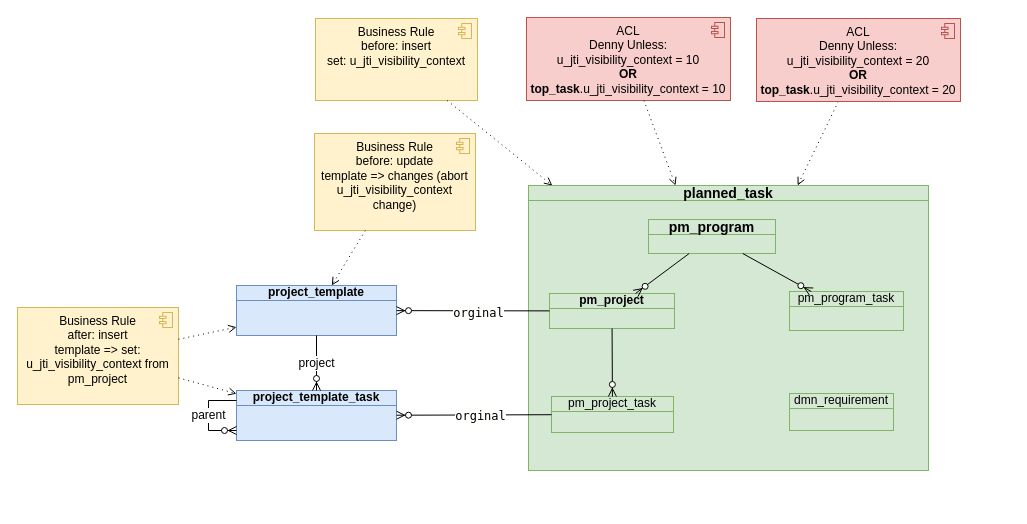
Before: page "templateVisibV2" (4 of 13) of JTI.drawio in algimas/tmp, a draw.io diagram. Source tidied: cells renumbered, new cells numbered last; positions are measured from the earlier drawing's top-left corner, leaving out a move shared by most shapes. Both pictures are drawn from the tidied source at 100%, with x=0, y=0 at pixel (17, 17).
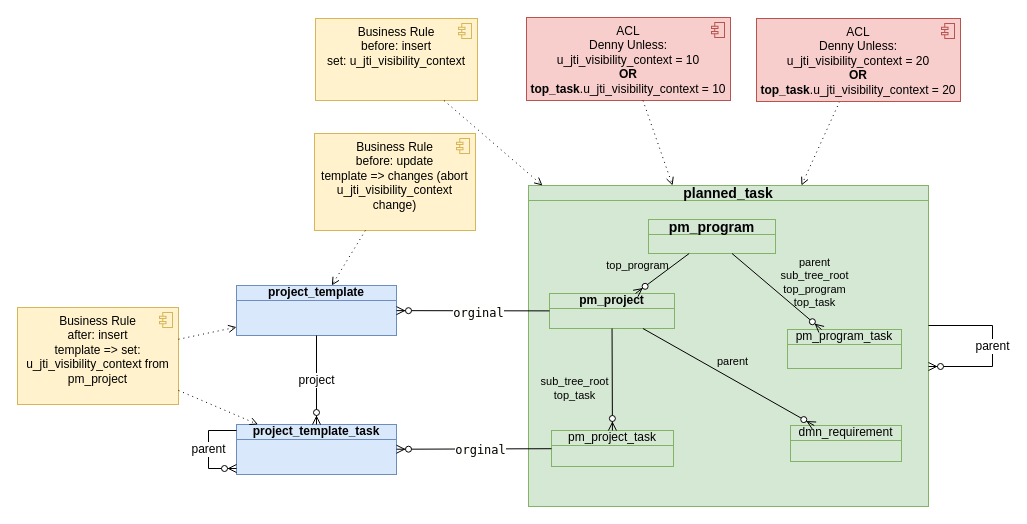
Above is the later version.

Unchanged cells that the change refers to:
```xml
<mxCell id="3" value="pm_project" style="html=1;outlineConnect=0;whiteSpace=wrap;fillColor=#d5e8d4;shape=mxgraph.archimate3.businessObject;overflow=fill;strokeColor=#82b366;fontStyle=1;" parent="1" vertex="1">
  <mxGeometry x="532" y="276" width="125" height="35" as="geometry" />
</mxCell>
<mxCell id="5" style="fontSize=12;html=1;endArrow=ERzeroToMany;endFill=1;rounded=0;" parent="1" edge="1" source="4" target="3">
  <mxGeometry relative="1" as="geometry" />
</mxCell>
<mxCell id="14" style="fontSize=12;html=1;endArrow=ERzeroToMany;endFill=1;rounded=0;" parent="1" edge="1" source="4" target="6">
  <mxGeometry relative="1" as="geometry" />
</mxCell>
<mxCell id="15" style="fontSize=12;html=1;endArrow=ERzeroToMany;endFill=1;rounded=0;" parent="1" edge="1" source="3" target="7">
  <mxGeometry relative="1" as="geometry" />
</mxCell>
```

The edit, as a diff of the source:
```diff
@@
     <mxCell id="2" value="planned_task" style="html=1;outlineConnect=0;whiteSpace=wrap;fillColor=#d5e8d4;shape=mxgraph.archimate3.businessObject;overflow=fill;strokeColor=#82b366;fontStyle=1;fontSize=14;" parent="1" vertex="1">
-      <mxGeometry x="511" y="168" width="400" height="285" as="geometry" />
+      <mxGeometry x="511" y="168" width="400" height="321" as="geometry" />
     </mxCell>
@@
+    <mxCell id="30" value="top_program" style="edgeLabel;html=1;align=center;verticalAlign=middle;labelBackgroundColor=none;" parent="5" vertex="1">
+      <mxGeometry x="-0.32" relative="1" as="geometry">
+        <mxPoint x="-34" y="-2" as="offset" />
+      </mxGeometry>
+    </mxCell>
     <mxCell id="6" value="pm_program_task" style="html=1;outlineConnect=0;whiteSpace=wrap;fillColor=#d5e8d4;shape=mxgraph.archimate3.businessObject;overflow=fill;strokeColor=#82b366;" parent="1" vertex="1">
-      <mxGeometry x="772" y="274" width="114" height="39" as="geometry" />
+      <mxGeometry x="770" y="312" width="114" height="39" as="geometry" />
     </mxCell>
     <mxCell id="7" value="pm_project_task" style="html=1;outlineConnect=0;whiteSpace=wrap;fillColor=#d5e8d4;shape=mxgraph.archimate3.businessObject;overflow=fill;strokeColor=#82b366;" parent="1" vertex="1">
-      <mxGeometry x="534" y="379" width="122" height="36" as="geometry" />
+      <mxGeometry x="534" y="413" width="122" height="36" as="geometry" />
     </mxCell>
     <mxCell id="8" value="dmn_requirement" style="html=1;outlineConnect=0;whiteSpace=wrap;fillColor=#d5e8d4;shape=mxgraph.archimate3.businessObject;overflow=fill;strokeColor=#82b366;" parent="1" vertex="1">
-      <mxGeometry x="772" y="376" width="104" height="37" as="geometry" />
+      <mxGeometry x="773" y="408" width="111" height="36" as="geometry" />
     </mxCell>
@@
     <mxCell id="12" value="project_template_task" style="html=1;outlineConnect=0;whiteSpace=wrap;fillColor=#dae8fc;shape=mxgraph.archimate3.businessObject;overflow=fill;strokeColor=#6c8ebf;fontStyle=1;" parent="1" vertex="1">
-      <mxGeometry x="219" y="373" width="160" height="50" as="geometry" />
+      <mxGeometry x="219" y="407" width="160" height="50" as="geometry" />
     </mxCell>
@@
+    <mxCell id="31" value="&lt;div&gt;parent&lt;/div&gt;&lt;div&gt;sub_tree_root&lt;/div&gt;&lt;div&gt;top_program&lt;/div&gt;&lt;div&gt;top_task&lt;br&gt;&lt;/div&gt;" style="edgeLabel;html=1;align=center;verticalAlign=middle;labelBackgroundColor=none;" parent="14" vertex="1">
+      <mxGeometry x="-0.3" relative="1" as="geometry">
+        <mxPoint x="51" y="2" as="offset" />
+      </mxGeometry>
+    </mxCell>
@@
+    <mxCell id="32" value="&lt;div&gt;sub_tree_root&lt;/div&gt;&lt;div&gt;top_task&lt;br&gt;&lt;/div&gt;" style="edgeLabel;html=1;align=center;verticalAlign=middle;labelBackgroundColor=none;" parent="15" vertex="1">
+      <mxGeometry y="1" relative="1" as="geometry">
+        <mxPoint x="-39" y="9" as="offset" />
+      </mxGeometry>
+    </mxCell>
@@
+    <mxCell id="33" value="&lt;span&gt;parent&lt;/span&gt;" style="fontSize=12;html=1;endArrow=ERzeroToMany;endFill=1;rounded=0;edgeStyle=elbowEdgeStyle;elbow=vertical;" parent="1" edge="1" source="2" target="2">
+      <mxGeometry relative="1" as="geometry">
+        <Array as="points">
+          <mxPoint x="975" y="349" />
+        </Array>
+      </mxGeometry>
+    </mxCell>
+    <mxCell id="34" style="fontSize=12;html=1;endArrow=ERzeroToMany;endFill=1;rounded=0;" parent="1" edge="1" source="3" target="8">
+      <mxGeometry relative="1" as="geometry" />
+    </mxCell>
+    <mxCell id="35" value="parent" style="edgeLabel;html=1;align=center;verticalAlign=middle;labelBackgroundColor=none;" parent="34" vertex="1">
+      <mxGeometry x="-0.32" relative="1" as="geometry">
+        <mxPoint x="31" y="-1" as="offset" />
+      </mxGeometry>
+    </mxCell>
```
